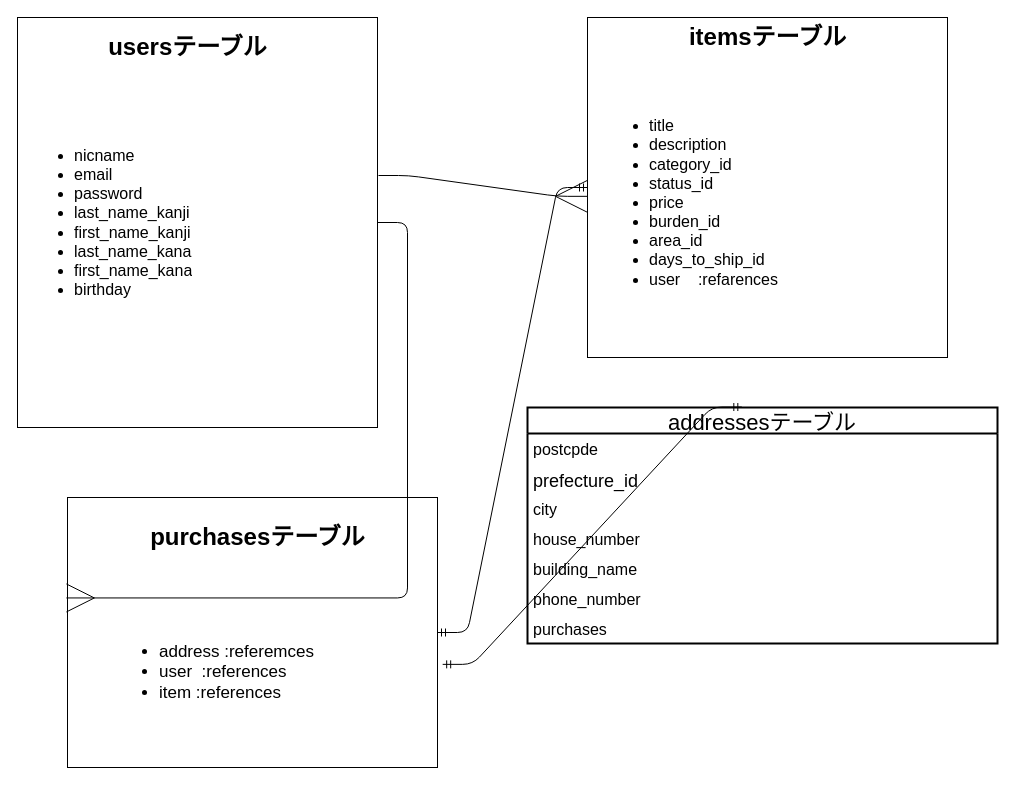
Earlier version of the draw.io diagram furima-30615.dio (k-suke555/furima-30615). Source tidied: cells renumbered, new cells numbered last; positions are measured from the earlier drawing's top-left corner, leaving out a move shared by most shapes. Both pictures are drawn from the tidied source at 100%, with x=0, y=0 at pixel (17, 17).
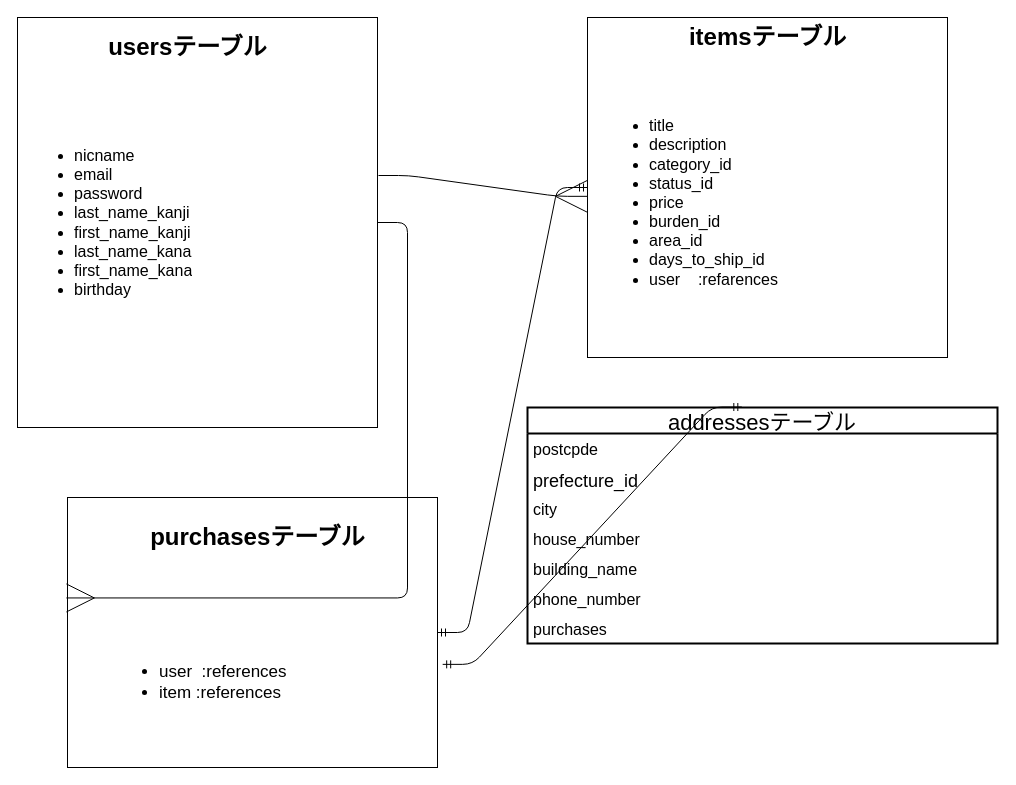
Above is the later version.

Commit message (it also covers changes not shown here):
itemsテーブルpriceカラムの追加

The edit, as a diff of the source:
```diff
@@
-    <mxCell id="10" value="&lt;ul style=&quot;font-size: 17px&quot;&gt;&lt;li&gt;address :referemces&lt;/li&gt;&lt;li&gt;user&amp;nbsp; :references&lt;/li&gt;&lt;li&gt;item :references&lt;/li&gt;&lt;/ul&gt;" style="text;strokeColor=none;fillColor=none;html=1;whiteSpace=wrap;verticalAlign=middle;overflow=hidden;rounded=0;sketch=0;" parent="1" vertex="1">
+    <mxCell id="10" value="&lt;div&gt;&lt;span style=&quot;font-size: 17px&quot;&gt;&lt;br&gt;&lt;/span&gt;&lt;/div&gt;&lt;ul style=&quot;font-size: 17px&quot;&gt;&lt;li&gt;user&amp;nbsp; :references&lt;/li&gt;&lt;li&gt;item :references&lt;/li&gt;&lt;/ul&gt;" style="text;strokeColor=none;fillColor=none;html=1;whiteSpace=wrap;verticalAlign=middle;overflow=hidden;rounded=0;sketch=0;" parent="1" vertex="1">
       <mxGeometry x="100" y="585" width="300" height="140" as="geometry" />
     </mxCell>
```
